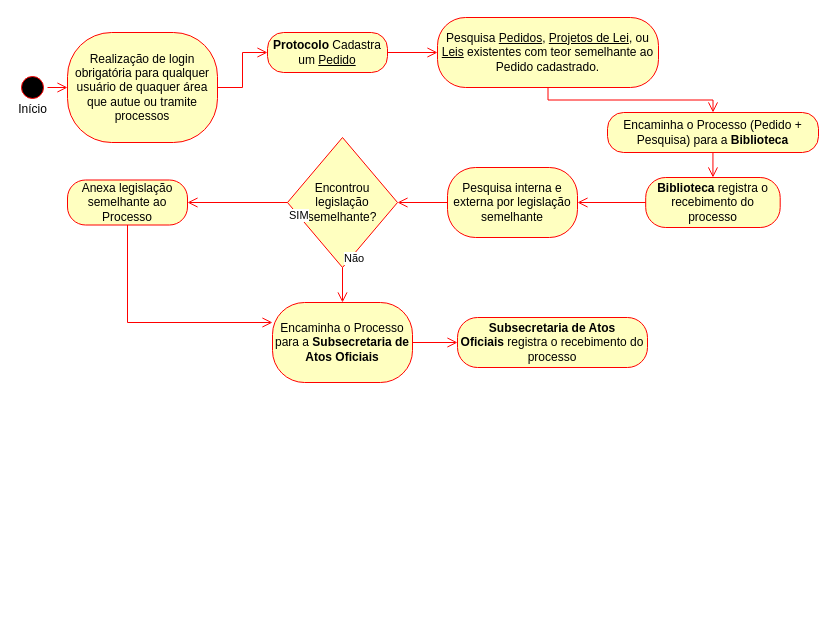
Before: Fluxo de Processo de Projeto de Lei Ordinária.drawio in diogocamarasbc/legflux, a draw.io diagram. Source tidied: cells renumbered, new cells numbered last; positions are measured from the earlier drawing's top-left corner, leaving out a move shared by most shapes. Both pictures are drawn from the tidied source at 100%, with x=0, y=0 at pixel (17, 17).
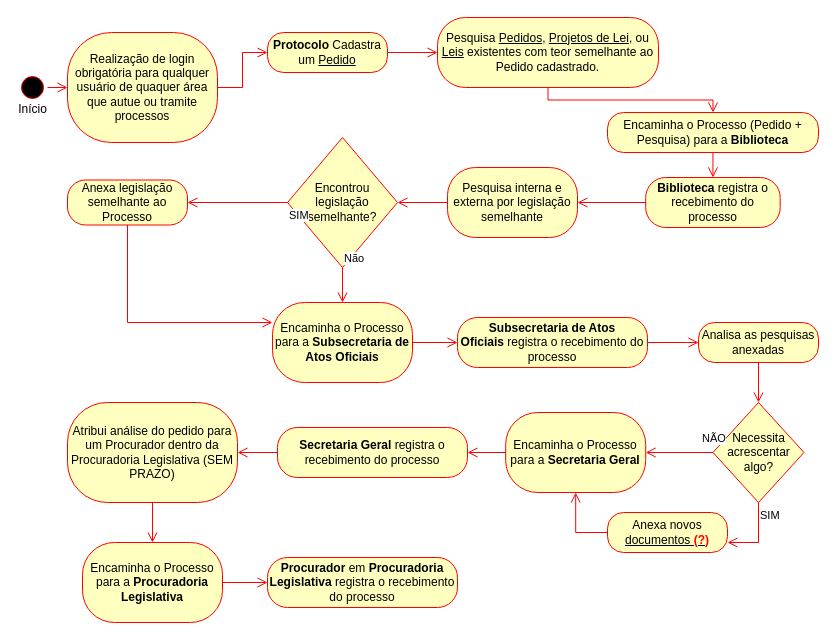
The same page after the edit.

Unchanged cells that the change refers to:
```xml
<mxCell id="23" value="&lt;b&gt;Subsecretaria de Atos Oficiais&amp;nbsp;&lt;/b&gt;registra o recebimento do processo" style="rounded=1;whiteSpace=wrap;html=1;arcSize=40;fontColor=#000000;fillColor=#ffffc0;strokeColor=#ff0000;" parent="1" vertex="1">
  <mxGeometry x="440" y="300" width="190" height="50" as="geometry" />
</mxCell>
```

Change to the diagram source:
```diff
@@
+    <mxCell id="24" value="Analisa as pesquisas anexadas" style="rounded=1;whiteSpace=wrap;html=1;arcSize=40;fontColor=#000000;fillColor=#ffffc0;strokeColor=#ff0000;" parent="1" vertex="1">
+      <mxGeometry x="681" y="305" width="120" height="40" as="geometry" />
+    </mxCell>
+    <mxCell id="25" style="edgeStyle=orthogonalEdgeStyle;html=1;verticalAlign=bottom;endArrow=open;endSize=8;strokeColor=#ff0000;rounded=0;" parent="1" edge="1" source="24" target="27">
+      <mxGeometry relative="1" as="geometry" />
+    </mxCell>
+    <mxCell id="26" style="edgeStyle=orthogonalEdgeStyle;html=1;verticalAlign=bottom;endArrow=open;endSize=8;strokeColor=#ff0000;rounded=0;exitX=1;exitY=0.5;exitDx=0;exitDy=0;entryX=0;entryY=0.5;entryDx=0;entryDy=0;" parent="1" edge="1" source="23" target="24">
+      <mxGeometry relative="1" as="geometry">
+        <Array as="points">
+          <mxPoint x="670" y="325" />
+        </Array>
+      </mxGeometry>
+    </mxCell>
+    <mxCell id="27" value="Necessita acrescentar algo?" style="rhombus;whiteSpace=wrap;html=1;fillColor=#ffffc0;strokeColor=#ff0000;" parent="1" vertex="1">
+      <mxGeometry x="695.5" y="385" width="91" height="100" as="geometry" />
+    </mxCell>
+    <mxCell id="28" value="NÃO" style="edgeStyle=orthogonalEdgeStyle;html=1;align=left;verticalAlign=bottom;endArrow=open;endSize=8;strokeColor=#ff0000;rounded=0;entryX=1;entryY=0.5;entryDx=0;entryDy=0;" parent="1" edge="1" source="27" target="32">
+      <mxGeometry x="-0.6" y="-5" relative="1" as="geometry" />
+    </mxCell>
+    <mxCell id="29" value="SIM" style="edgeStyle=orthogonalEdgeStyle;html=1;align=left;verticalAlign=top;endArrow=open;endSize=8;strokeColor=#ff0000;rounded=0;entryX=1;entryY=0.75;entryDx=0;entryDy=0;" parent="1" edge="1" source="27" target="30">
+      <mxGeometry x="-1" relative="1" as="geometry" />
+    </mxCell>
+    <mxCell id="30" value="Anexa novos &lt;u&gt;documentos &lt;b&gt;&lt;font color=&quot;#ff0000&quot;&gt;(?)&lt;/font&gt;&lt;/b&gt;&lt;/u&gt;" style="rounded=1;whiteSpace=wrap;html=1;arcSize=40;fontColor=#000000;fillColor=#ffffc0;strokeColor=#ff0000;" parent="1" vertex="1">
+      <mxGeometry x="590" y="495" width="120" height="40" as="geometry" />
+    </mxCell>
+    <mxCell id="31" style="edgeStyle=orthogonalEdgeStyle;html=1;verticalAlign=bottom;endArrow=open;endSize=8;strokeColor=#ff0000;rounded=0;exitX=0;exitY=0.5;exitDx=0;exitDy=0;entryX=0.5;entryY=1;entryDx=0;entryDy=0;" parent="1" edge="1" source="30" target="32">
+      <mxGeometry relative="1" as="geometry" />
+    </mxCell>
+    <mxCell id="32" value="Encaminha o Processo para a &lt;b&gt;Secretaria Geral&lt;/b&gt;" style="rounded=1;whiteSpace=wrap;html=1;arcSize=40;fontColor=#000000;fillColor=#ffffc0;strokeColor=#ff0000;" parent="1" vertex="1">
+      <mxGeometry x="488.2" y="395" width="140" height="80" as="geometry" />
+    </mxCell>
+    <mxCell id="33" value="&lt;b&gt;Secretaria Geral&amp;nbsp;&lt;/b&gt;registra o recebimento do processo" style="rounded=1;whiteSpace=wrap;html=1;arcSize=40;fontColor=#000000;fillColor=#ffffc0;strokeColor=#ff0000;" parent="1" vertex="1">
+      <mxGeometry x="260" y="410" width="190" height="50" as="geometry" />
+    </mxCell>
+    <mxCell id="34" style="edgeStyle=orthogonalEdgeStyle;html=1;verticalAlign=bottom;endArrow=open;endSize=8;strokeColor=#ff0000;rounded=0;exitX=0;exitY=0.5;exitDx=0;exitDy=0;entryX=1;entryY=0.5;entryDx=0;entryDy=0;" parent="1" edge="1" source="32" target="33">
+      <mxGeometry relative="1" as="geometry" />
+    </mxCell>
+    <mxCell id="35" value="Atribui análise do pedido para um Procurador dentro da Procuradoria Legislativa (SEM PRAZO)" style="rounded=1;whiteSpace=wrap;html=1;arcSize=40;fontColor=#000000;fillColor=#ffffc0;strokeColor=#ff0000;" parent="1" vertex="1">
+      <mxGeometry x="50" y="385" width="170" height="100" as="geometry" />
+    </mxCell>
+    <mxCell id="36" style="edgeStyle=orthogonalEdgeStyle;html=1;verticalAlign=bottom;endArrow=open;endSize=8;strokeColor=#ff0000;rounded=0;exitX=0;exitY=0.5;exitDx=0;exitDy=0;entryX=1;entryY=0.5;entryDx=0;entryDy=0;" parent="1" edge="1" source="33" target="35">
+      <mxGeometry relative="1" as="geometry" />
+    </mxCell>
+    <mxCell id="37" value="Encaminha o Processo para a &lt;b&gt;Procuradoria Legislativa&lt;/b&gt;" style="rounded=1;whiteSpace=wrap;html=1;arcSize=40;fontColor=#000000;fillColor=#ffffc0;strokeColor=#ff0000;" parent="1" vertex="1">
+      <mxGeometry x="65" y="525" width="140" height="80" as="geometry" />
+    </mxCell>
+    <mxCell id="38" value="&lt;b&gt;Procurador &lt;/b&gt;em&lt;b&gt; Procuradoria Legislativa&amp;nbsp;&lt;/b&gt;registra o recebimento do processo" style="rounded=1;whiteSpace=wrap;html=1;arcSize=40;fontColor=#000000;fillColor=#ffffc0;strokeColor=#ff0000;" parent="1" vertex="1">
+      <mxGeometry x="250" y="540" width="190" height="50" as="geometry" />
+    </mxCell>
+    <mxCell id="39" style="edgeStyle=orthogonalEdgeStyle;html=1;verticalAlign=bottom;endArrow=open;endSize=8;strokeColor=#ff0000;rounded=0;exitX=0.5;exitY=1;exitDx=0;exitDy=0;entryX=0.5;entryY=0;entryDx=0;entryDy=0;" parent="1" edge="1" source="35" target="37">
+      <mxGeometry relative="1" as="geometry" />
+    </mxCell>
+    <mxCell id="40" style="edgeStyle=orthogonalEdgeStyle;html=1;verticalAlign=bottom;endArrow=open;endSize=8;strokeColor=#ff0000;rounded=0;exitX=1;exitY=0.5;exitDx=0;exitDy=0;entryX=0;entryY=0.5;entryDx=0;entryDy=0;" parent="1" edge="1" source="37" target="38">
+      <mxGeometry relative="1" as="geometry" />
+    </mxCell>
```
